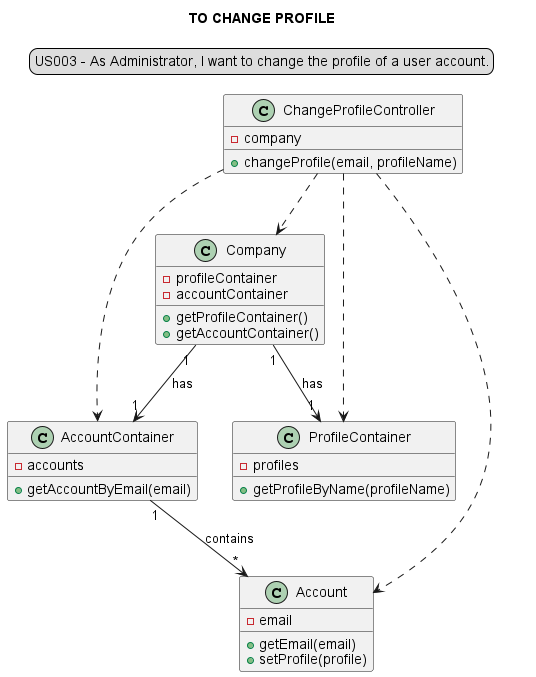
Above: docs/modelling_design/user_stories/us003/US003_classDiagram.png in Loracline/project_switch_22-23 (PlantUML), before the change. The source it was exported from:
```plantuml
@startuml

skinparam sequenceMessageAlign center
title TO CHANGE PROFILE
legend top
US003 - As Administrator, I want to change the profile of a user account.
end legend

class ChangeProfileController {
-company
+changeProfile(email, profileName)
}

class Company {
-profileContainer
-accountContainer
+getProfileContainer()
+getAccountContainer()
}

class ProfileContainer {
-profiles
+getProfileByName(profileName)
}

class AccountContainer {
-accounts
+getAccountByEmail(email)
}

class Account{
-email
+getEmail(email)
+setProfile(profile)
}


ChangeProfileController ..> Company
ChangeProfileController ..> ProfileContainer
ChangeProfileController ..> AccountContainer
ChangeProfileController ..> Account
Company "1"-->"1" AccountContainer: has
Company "1"-->"1" ProfileContainer: has
AccountContainer "1"-->"*" Account: contains

@enduml
```
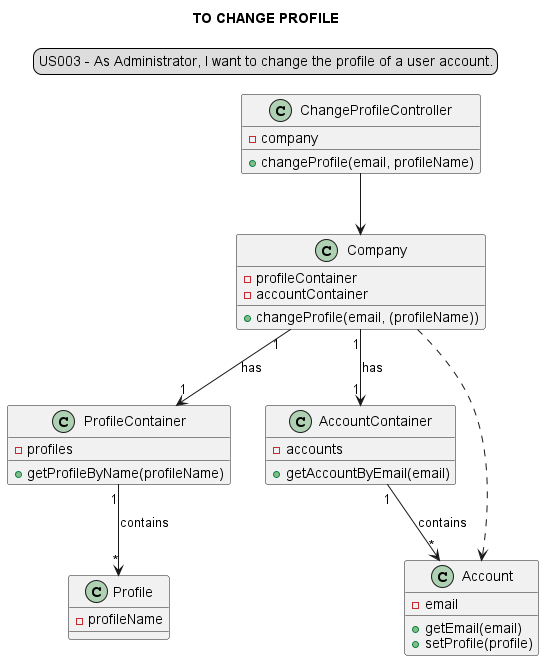
After the commit.

Commit message:
US003 : Design : Refined Sequence Diagram and Class Diagram. US010: Design : Added Sequence and Class Diagrams.

Diff of the diagram source:
```diff
@@ -14,8 +14,7 @@
 class Company {
 -profileContainer
 -accountContainer
-+getProfileContainer()
-+getAccountContainer()
++changeProfile(email, (profileName))
 }
 
 class ProfileContainer {
@@ -34,13 +33,16 @@
 +setProfile(profile)
 }
 
+class Profile{
+-profileName
+}
 
-ChangeProfileController ..> Company
-ChangeProfileController ..> ProfileContainer
-ChangeProfileController ..> AccountContainer
-ChangeProfileController ..> Account
+
+ChangeProfileController --> Company
 Company "1"-->"1" AccountContainer: has
 Company "1"-->"1" ProfileContainer: has
+Company ..> Account
 AccountContainer "1"-->"*" Account: contains
+ProfileContainer "1"-->"*" Profile: contains
 
 @enduml
```
